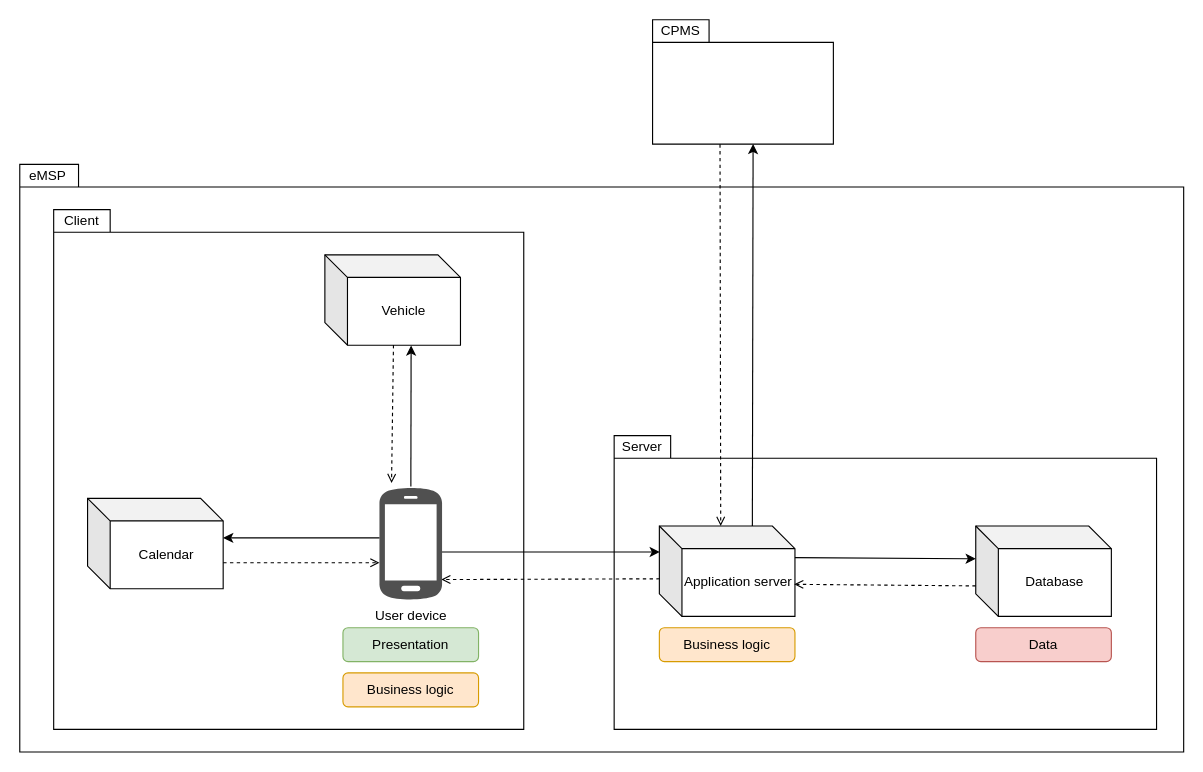
The draw.io diagram page "eMSP-overview" (1 of 3) of DD/Graphics/DD-overview.drawio in federico-mandelli/CoriglianoMandelliPignataro, before the edit. Source tidied: cells renumbered, new cells numbered last; positions are measured from the earlier drawing's top-left corner, leaving out a move shared by most shapes. Both pictures are drawn from the tidied source at 113%, with x=0, y=0 at pixel (19, 19).
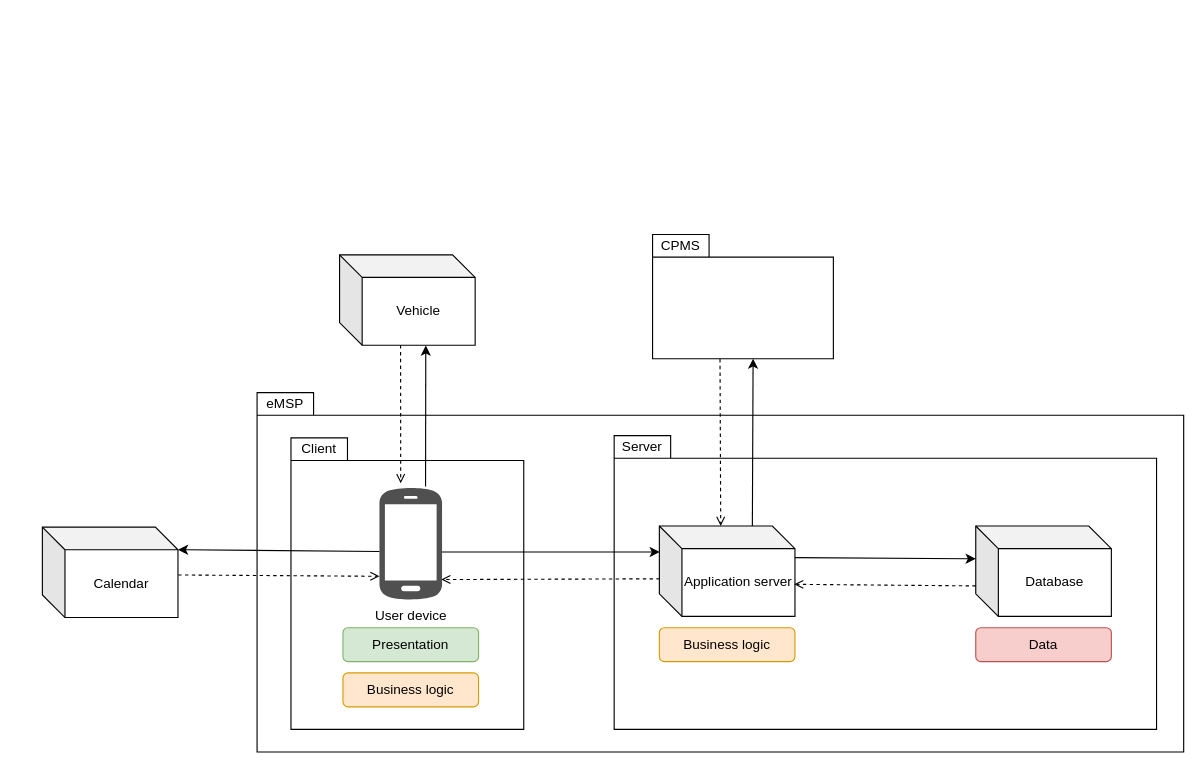
The same diagram, later.

Unchanged cells that the change refers to:
```xml
<mxCell id="25" value="User device" style="sketch=0;shadow=0;dashed=0;html=1;strokeColor=none;fillColor=#505050;labelPosition=center;verticalLabelPosition=bottom;verticalAlign=top;outlineConnect=0;align=center;shape=mxgraph.office.devices.cell_phone_android_proportional;" parent="1" vertex="1">
  <mxGeometry x="318.3" y="413" width="55.4" height="101" as="geometry" />
</mxCell>
```

The edit, as a diff of the source:
```diff
@@
     <mxCell id="2" style="shape=folder;fontStyle=1;spacingTop=10;tabWidth=50;tabHeight=20;tabPosition=left;html=1;" parent="1" vertex="1">
-      <mxGeometry y="128" width="1030" height="520" as="geometry" />
+      <mxGeometry x="210" y="330" width="820" height="318" as="geometry" />
     </mxCell>
@@
     <mxCell id="4" style="shape=folder;fontStyle=1;spacingTop=10;tabWidth=50;tabHeight=20;tabPosition=left;html=1;" parent="1" vertex="1">
-      <mxGeometry x="30" y="168" width="416" height="460" as="geometry" />
+      <mxGeometry x="240" y="370" width="206" height="258" as="geometry" />
     </mxCell>
@@
     <mxCell id="7" value="Vehicle" style="shape=cube;whiteSpace=wrap;html=1;boundedLbl=1;backgroundOutline=1;darkOpacity=0.05;darkOpacity2=0.1;" parent="1" vertex="1">
-      <mxGeometry x="270" y="208" width="120" height="80" as="geometry" />
+      <mxGeometry x="283" y="208" width="120" height="80" as="geometry" />
     </mxCell>
@@
-    <mxCell id="10" style="endArrow=open;html=1;rounded=0;endFill=0;dashed=1;entryX=0.265;entryY=-0.03;entryDx=0;entryDy=0;entryPerimeter=0;exitX=0.406;exitY=0.998;exitDx=0;exitDy=0;exitPerimeter=0;" parent="1" edge="1">
+    <mxCell id="10" style="endArrow=open;html=1;rounded=0;endFill=0;dashed=1;exitX=0.406;exitY=0.998;exitDx=0;exitDy=0;exitPerimeter=0;" parent="1" edge="1">
       <mxGeometry relative="1" as="geometry">
-        <mxPoint x="330.7" y="287.8" as="sourcePoint" />
-        <mxPoint x="329" y="410" as="targetPoint" />
+        <mxPoint x="337" y="288" as="sourcePoint" />
+        <mxPoint x="337.1" y="410.1" as="targetPoint" />
       </mxGeometry>
     </mxCell>
@@
-    <mxCell id="13" style="endArrow=classic;html=1;rounded=0;entryX=0.636;entryY=1.004;entryDx=0;entryDy=0;entryPerimeter=0;" parent="1" edge="1" source="25" target="7">
-      <mxGeometry relative="1" as="geometry" />
+    <mxCell id="13" style="endArrow=classic;html=1;rounded=0;entryX=0.636;entryY=1.004;entryDx=0;entryDy=0;entryPerimeter=0;" parent="1" edge="1">
+      <mxGeometry relative="1" as="geometry">
+        <mxPoint x="359.1" y="413" as="sourcePoint" />
+        <mxPoint x="359.3" y="288.3" as="targetPoint" />
+      </mxGeometry>
     </mxCell>
@@
     <mxCell id="18" value="Client" style="text;html=1;strokeColor=none;fillColor=none;align=center;verticalAlign=middle;whiteSpace=wrap;rounded=0;" parent="1" vertex="1">
-      <mxGeometry x="30" y="168" width="50" height="20" as="geometry" />
+      <mxGeometry x="240" y="370" width="50" height="20" as="geometry" />
     </mxCell>
@@
     <mxCell id="20" value="eMSP" style="text;html=1;strokeColor=none;fillColor=none;align=center;verticalAlign=middle;whiteSpace=wrap;rounded=0;" parent="1" vertex="1">
-      <mxGeometry y="128" width="50" height="20" as="geometry" />
+      <mxGeometry x="210" y="330" width="50" height="20" as="geometry" />
     </mxCell>
     <mxCell id="21" style="shape=folder;fontStyle=1;spacingTop=10;tabWidth=50;tabHeight=20;tabPosition=left;html=1;" parent="1" vertex="1">
-      <mxGeometry x="560" width="160" height="110" as="geometry" />
+      <mxGeometry x="560" y="190" width="160" height="110" as="geometry" />
     </mxCell>
     <mxCell id="22" value="CPMS" style="text;html=1;strokeColor=none;fillColor=none;align=center;verticalAlign=middle;whiteSpace=wrap;rounded=0;" parent="1" vertex="1">
-      <mxGeometry x="560" width="50" height="20" as="geometry" />
+      <mxGeometry x="560" y="190" width="50" height="20" as="geometry" />
     </mxCell>
@@
     <mxCell id="26" value="Calendar" style="shape=cube;whiteSpace=wrap;html=1;boundedLbl=1;backgroundOutline=1;darkOpacity=0.05;darkOpacity2=0.1;" parent="1" vertex="1">
-      <mxGeometry x="60" y="423.5" width="120" height="80" as="geometry" />
+      <mxGeometry x="20" y="449" width="120" height="80" as="geometry" />
     </mxCell>
-    <mxCell id="27" style="endArrow=classic;html=1;rounded=0;" parent="1" edge="1">
+    <mxCell id="27" style="endArrow=classic;html=1;rounded=0;entryX=0;entryY=0;entryDx=120;entryDy=20;entryPerimeter=0;" parent="1" edge="1" target="26">
       <mxGeometry relative="1" as="geometry">
-        <mxPoint x="318.3" y="458.5" as="sourcePoint" />
-        <mxPoint x="180" y="458.5" as="targetPoint" />
+        <mxPoint x="318.3" y="470.5" as="sourcePoint" />
       </mxGeometry>
     </mxCell>
-    <mxCell id="28" style="endArrow=open;html=1;rounded=0;endFill=0;dashed=1;" parent="1" edge="1">
+    <mxCell id="28" style="endArrow=open;html=1;rounded=0;endFill=0;dashed=1;exitX=1.002;exitY=0.529;exitDx=0;exitDy=0;exitPerimeter=0;" parent="1" edge="1" source="26">
       <mxGeometry relative="1" as="geometry">
-        <mxPoint x="180" y="480.5" as="sourcePoint" />
-        <mxPoint x="318.3" y="480.5" as="targetPoint" />
+        <mxPoint x="318.3" y="492.5" as="targetPoint" />
       </mxGeometry>
     </mxCell>
```
